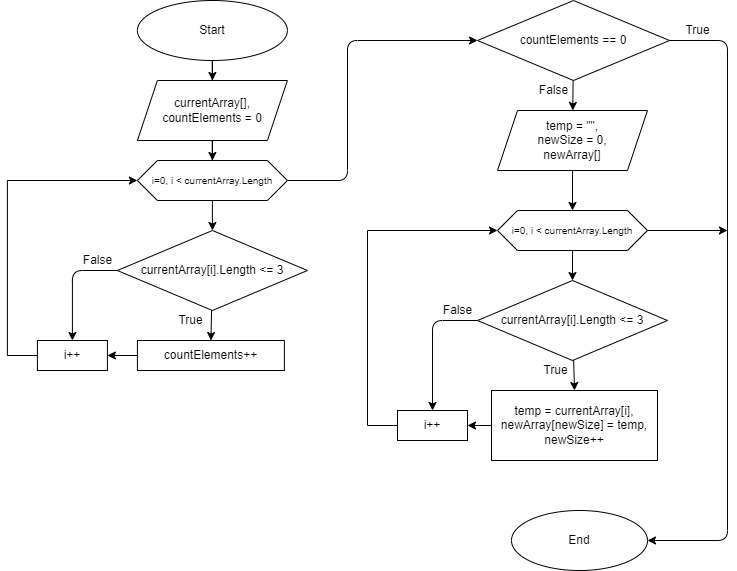
This is Control_Work_1/Flowchart.drawio.png from ivanz2022/Control_Works, a draw.io export, as it was before one commit. Source tidied: cells renumbered, new cells last; positions are measured from the earlier drawing's top-left corner, leaving out a move shared by most shapes. The source it was exported from:
```xml
<mxGraphModel>
  <root>
    <mxCell id="0" />
    <mxCell id="1" parent="0" />
    <mxCell id="2" style="edgeStyle=orthogonalEdgeStyle;rounded=0;jettySize=auto;html=1;" parent="1" edge="1" source="3" target="5">
      <mxGeometry relative="1" as="geometry" />
    </mxCell>
    <mxCell id="3" value="Start" style="ellipse;whiteSpace=wrap;html=1;" parent="1" vertex="1">
      <mxGeometry x="129.9" width="150" height="60" as="geometry" />
    </mxCell>
    <mxCell id="4" style="edgeStyle=orthogonalEdgeStyle;rounded=0;jettySize=auto;html=1;" parent="1" edge="1" source="5" target="8">
      <mxGeometry relative="1" as="geometry" />
    </mxCell>
    <mxCell id="5" value="currentArray[],&lt;br&gt;countElements&amp;nbsp;&lt;span&gt;= 0&lt;br&gt;&lt;/span&gt;" style="shape=parallelogram;perimeter=parallelogramPerimeter;whiteSpace=wrap;html=1;fixedSize=1;" parent="1" vertex="1">
      <mxGeometry x="129.9" y="80" width="150" height="60" as="geometry" />
    </mxCell>
    <mxCell id="6" style="edgeStyle=none;html=1;entryX=0.5;entryY=0;entryDx=0;entryDy=0;" parent="1" edge="1" source="8" target="11">
      <mxGeometry relative="1" as="geometry" />
    </mxCell>
    <mxCell id="7" style="edgeStyle=none;html=1;entryX=0;entryY=0.5;entryDx=0;entryDy=0;exitX=1;exitY=0.5;exitDx=0;exitDy=0;" parent="1" edge="1" source="8" target="17">
      <mxGeometry relative="1" as="geometry">
        <Array as="points">
          <mxPoint x="340" y="180" />
          <mxPoint x="340" y="40" />
        </Array>
      </mxGeometry>
    </mxCell>
    <mxCell id="8" value="&lt;font style=&quot;font-size: 10px&quot;&gt;i=0, i &amp;lt; currentArray.Length&lt;/font&gt;" style="shape=hexagon;perimeter=hexagonPerimeter2;whiteSpace=wrap;html=1;fixedSize=1;labelBackgroundColor=none;" parent="1" vertex="1">
      <mxGeometry x="129.9" y="160" width="150" height="40" as="geometry" />
    </mxCell>
    <mxCell id="9" style="edgeStyle=none;html=1;entryX=0.5;entryY=0;entryDx=0;entryDy=0;" parent="1" edge="1" source="11" target="20">
      <mxGeometry relative="1" as="geometry">
        <Array as="points">
          <mxPoint x="64.9" y="270" />
        </Array>
      </mxGeometry>
    </mxCell>
    <mxCell id="10" style="edgeStyle=none;html=1;entryX=0.5;entryY=0;entryDx=0;entryDy=0;" parent="1" edge="1" source="11" target="14">
      <mxGeometry relative="1" as="geometry" />
    </mxCell>
    <mxCell id="11" value="currentArray[i].Length &amp;lt;= 3" style="rhombus;whiteSpace=wrap;html=1;labelBackgroundColor=none;" parent="1" vertex="1">
      <mxGeometry x="109.9" y="230" width="190" height="80" as="geometry" />
    </mxCell>
    <mxCell id="12" style="edgeStyle=orthogonalEdgeStyle;rounded=0;jettySize=auto;html=1;entryX=0;entryY=0.5;entryDx=0;entryDy=0;exitX=0;exitY=0.5;exitDx=0;exitDy=0;" parent="1" edge="1" source="20" target="8">
      <mxGeometry relative="1" as="geometry">
        <Array as="points">
          <mxPoint x="-0.1" y="355" />
          <mxPoint x="-0.1" y="180" />
        </Array>
      </mxGeometry>
    </mxCell>
    <mxCell id="13" style="edgeStyle=none;html=1;entryX=1;entryY=0.5;entryDx=0;entryDy=0;" parent="1" edge="1" source="14" target="20">
      <mxGeometry relative="1" as="geometry" />
    </mxCell>
    <mxCell id="14" value="countElements++" style="rounded=0;whiteSpace=wrap;html=1;labelBackgroundColor=none;" parent="1" vertex="1">
      <mxGeometry x="129.9" y="340" width="147" height="30" as="geometry" />
    </mxCell>
    <mxCell id="15" style="edgeStyle=none;html=1;" parent="1" edge="1" source="17" target="24">
      <mxGeometry relative="1" as="geometry" />
    </mxCell>
    <mxCell id="16" style="edgeStyle=none;html=1;entryX=1;entryY=0.5;entryDx=0;entryDy=0;" parent="1" edge="1" source="17" target="21">
      <mxGeometry relative="1" as="geometry">
        <Array as="points">
          <mxPoint x="720" y="40" />
          <mxPoint x="720" y="540" />
        </Array>
      </mxGeometry>
    </mxCell>
    <mxCell id="17" value="&lt;span&gt;countElements == 0&lt;/span&gt;" style="rhombus;whiteSpace=wrap;html=1;" parent="1" vertex="1">
      <mxGeometry x="470" width="192" height="80" as="geometry" />
    </mxCell>
    <mxCell id="18" value="True" style="text;html=1;align=center;verticalAlign=middle;strokeColor=none;fillColor=none;" parent="1" vertex="1">
      <mxGeometry x="162.9" y="310" width="40" height="20" as="geometry" />
    </mxCell>
    <mxCell id="19" value="False" style="text;html=1;align=center;verticalAlign=middle;strokeColor=none;fillColor=none;" parent="1" vertex="1">
      <mxGeometry x="69.9" y="250" width="40" height="20" as="geometry" />
    </mxCell>
    <mxCell id="20" value="i++" style="rounded=0;whiteSpace=wrap;html=1;labelBackgroundColor=none;" parent="1" vertex="1">
      <mxGeometry x="29.9" y="340" width="70" height="30" as="geometry" />
    </mxCell>
    <mxCell id="21" value="End" style="ellipse;whiteSpace=wrap;html=1;" parent="1" vertex="1">
      <mxGeometry x="504" y="510" width="136" height="60" as="geometry" />
    </mxCell>
    <mxCell id="22" value="True" style="text;html=1;align=center;verticalAlign=middle;strokeColor=none;fillColor=none;" parent="1" vertex="1">
      <mxGeometry x="670" y="20" width="40" height="20" as="geometry" />
    </mxCell>
    <mxCell id="23" style="edgeStyle=none;html=1;entryX=0.5;entryY=0;entryDx=0;entryDy=0;" parent="1" edge="1" source="24" target="27">
      <mxGeometry relative="1" as="geometry" />
    </mxCell>
    <mxCell id="24" value="&lt;div&gt;&lt;span&gt;temp = &quot;&quot;,&lt;/span&gt;&lt;/div&gt;&lt;div&gt;&lt;span&gt;newSize = 0,&lt;/span&gt;&lt;br&gt;&lt;/div&gt;&lt;div&gt;newArray[]&lt;/div&gt;" style="shape=parallelogram;perimeter=parallelogramPerimeter;whiteSpace=wrap;html=1;fixedSize=1;" parent="1" vertex="1">
      <mxGeometry x="490" y="110" width="150" height="60" as="geometry" />
    </mxCell>
    <mxCell id="25" style="edgeStyle=orthogonalEdgeStyle;rounded=0;jettySize=auto;html=1;" parent="1" edge="1" source="27" target="30">
      <mxGeometry relative="1" as="geometry" />
    </mxCell>
    <mxCell id="26" style="edgeStyle=none;html=1;" parent="1" edge="1" source="27">
      <mxGeometry relative="1" as="geometry">
        <mxPoint x="720" y="230" as="targetPoint" />
      </mxGeometry>
    </mxCell>
    <mxCell id="27" value="&lt;span style=&quot;font-size: 10px&quot;&gt;i=0, i &amp;lt; currentArray.Length&lt;/span&gt;" style="shape=hexagon;perimeter=hexagonPerimeter2;whiteSpace=wrap;html=1;fixedSize=1;labelBackgroundColor=none;" parent="1" vertex="1">
      <mxGeometry x="490" y="210" width="150" height="40" as="geometry" />
    </mxCell>
    <mxCell id="28" style="edgeStyle=none;html=1;entryX=0.5;entryY=0;entryDx=0;entryDy=0;" parent="1" edge="1" source="30" target="36">
      <mxGeometry relative="1" as="geometry">
        <Array as="points">
          <mxPoint x="425" y="320" />
        </Array>
      </mxGeometry>
    </mxCell>
    <mxCell id="29" style="edgeStyle=none;html=1;entryX=0.5;entryY=0;entryDx=0;entryDy=0;" parent="1" edge="1" source="30" target="33">
      <mxGeometry relative="1" as="geometry" />
    </mxCell>
    <mxCell id="30" value="currentArray[i].Length &amp;lt;= 3" style="rhombus;whiteSpace=wrap;html=1;labelBackgroundColor=none;" parent="1" vertex="1">
      <mxGeometry x="470" y="280" width="190" height="80" as="geometry" />
    </mxCell>
    <mxCell id="31" style="edgeStyle=orthogonalEdgeStyle;rounded=0;jettySize=auto;html=1;entryX=0;entryY=0.5;entryDx=0;entryDy=0;exitX=0;exitY=0.5;exitDx=0;exitDy=0;" parent="1" edge="1" source="36" target="27">
      <mxGeometry relative="1" as="geometry">
        <Array as="points">
          <mxPoint x="360" y="425" />
          <mxPoint x="360" y="230" />
        </Array>
      </mxGeometry>
    </mxCell>
    <mxCell id="32" style="edgeStyle=none;html=1;entryX=1;entryY=0.5;entryDx=0;entryDy=0;" parent="1" edge="1" source="33" target="36">
      <mxGeometry relative="1" as="geometry" />
    </mxCell>
    <mxCell id="33" value="&lt;div&gt;temp = currentArray[i],&lt;/div&gt;&lt;div&gt;&lt;span&gt;newArray[newSize] = temp,&lt;/span&gt;&lt;br&gt;&lt;/div&gt;&lt;div&gt;newSize++&lt;/div&gt;" style="rounded=0;whiteSpace=wrap;html=1;labelBackgroundColor=none;" parent="1" vertex="1">
      <mxGeometry x="484" y="390" width="166" height="70" as="geometry" />
    </mxCell>
    <mxCell id="34" value="True" style="text;html=1;align=center;verticalAlign=middle;strokeColor=none;fillColor=none;" parent="1" vertex="1">
      <mxGeometry x="528" y="360" width="40" height="20" as="geometry" />
    </mxCell>
    <mxCell id="35" value="False" style="text;html=1;align=center;verticalAlign=middle;strokeColor=none;fillColor=none;" parent="1" vertex="1">
      <mxGeometry x="430" y="300" width="40" height="20" as="geometry" />
    </mxCell>
    <mxCell id="36" value="i++" style="rounded=0;whiteSpace=wrap;html=1;labelBackgroundColor=none;" parent="1" vertex="1">
      <mxGeometry x="390" y="410" width="70" height="30" as="geometry" />
    </mxCell>
    <mxCell id="37" value="False" style="text;html=1;align=center;verticalAlign=middle;strokeColor=none;fillColor=none;" parent="1" vertex="1">
      <mxGeometry x="526" y="80" width="40" height="20" as="geometry" />
    </mxCell>
  </root>
</mxGraphModel>
```
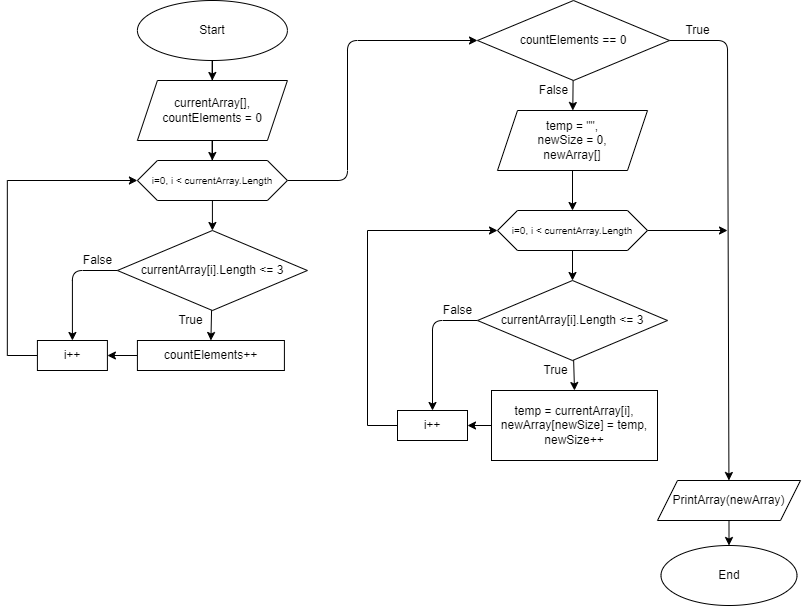
After the commit.

What changed in the source:
```diff
@@ -58,11 +58,10 @@
     <mxCell id="15" style="edgeStyle=none;html=1;" parent="1" edge="1" source="17" target="24">
       <mxGeometry relative="1" as="geometry" />
     </mxCell>
-    <mxCell id="16" style="edgeStyle=none;html=1;entryX=1;entryY=0.5;entryDx=0;entryDy=0;" parent="1" edge="1" source="17" target="21">
+    <mxCell id="16" style="edgeStyle=none;html=1;" parent="1" edge="1" source="17" target="39">
       <mxGeometry relative="1" as="geometry">
         <Array as="points">
           <mxPoint x="720" y="40" />
-          <mxPoint x="720" y="540" />
         </Array>
       </mxGeometry>
     </mxCell>
@@ -79,7 +78,7 @@
       <mxGeometry x="29.9" y="340" width="70" height="30" as="geometry" />
     </mxCell>
     <mxCell id="21" value="End" style="ellipse;whiteSpace=wrap;html=1;" parent="1" vertex="1">
-      <mxGeometry x="504" y="510" width="136" height="60" as="geometry" />
+      <mxGeometry x="653.5" y="545" width="136" height="60" as="geometry" />
     </mxCell>
     <mxCell id="22" value="True" style="text;html=1;align=center;verticalAlign=middle;strokeColor=none;fillColor=none;" parent="1" vertex="1">
       <mxGeometry x="670" y="20" width="40" height="20" as="geometry" />
@@ -140,5 +139,11 @@
     <mxCell id="37" value="False" style="text;html=1;align=center;verticalAlign=middle;strokeColor=none;fillColor=none;" parent="1" vertex="1">
       <mxGeometry x="526" y="80" width="40" height="20" as="geometry" />
     </mxCell>
+    <mxCell id="38" style="edgeStyle=none;html=1;entryX=0.5;entryY=0;entryDx=0;entryDy=0;" parent="1" edge="1" source="39" target="21">
+      <mxGeometry relative="1" as="geometry" />
+    </mxCell>
+    <mxCell id="39" value="&lt;div&gt;PrintArray(newArray)&lt;/div&gt;" style="shape=parallelogram;perimeter=parallelogramPerimeter;whiteSpace=wrap;html=1;fixedSize=1;" parent="1" vertex="1">
+      <mxGeometry x="650" y="480" width="143" height="40" as="geometry" />
+    </mxCell>
   </root>
 </mxGraphModel>
```
